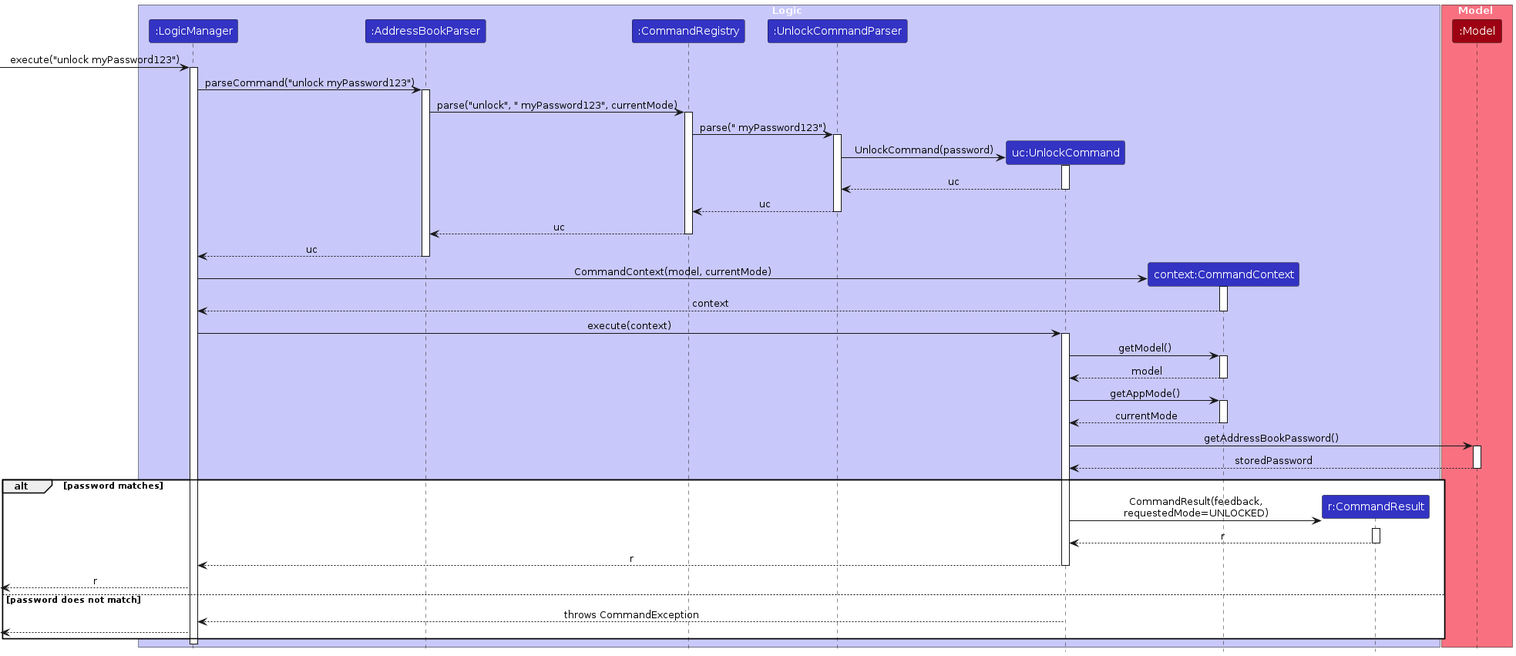
Earlier version of the PlantUML export diagrams/UnlockSequenceDiagram.png (AY2526S2-CS2103T-T15-2/tp). Its source is kept beside it as diagrams/UnlockSequenceDiagram.puml.
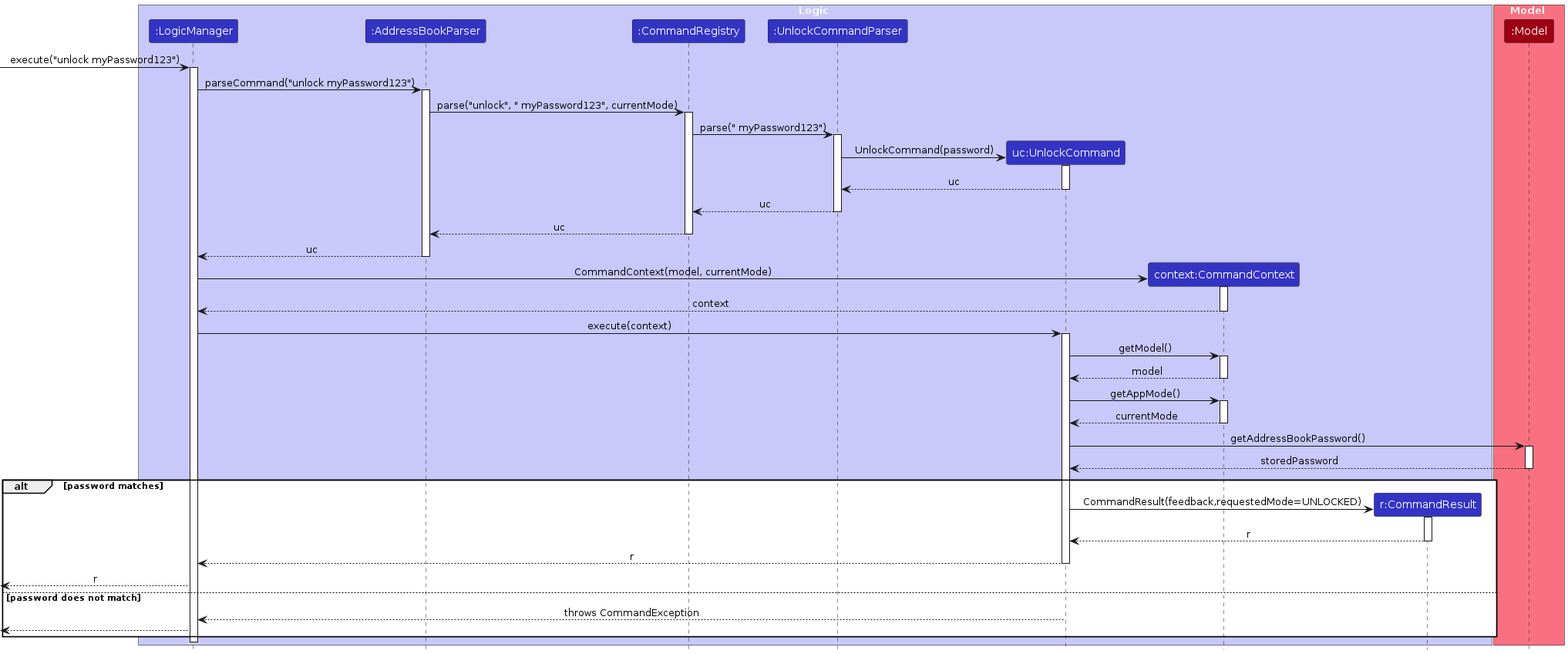
After the change.

Change to the diagram source:
```diff
@@ -69,7 +69,7 @@
 
 alt password matches
     create CommandResult
-    UnlockCommand -> CommandResult ++ : CommandResult(feedback,\nrequestedMode=UNLOCKED)
+    UnlockCommand -> CommandResult ++ : CommandResult(feedback,requestedMode=UNLOCKED)
     CommandResult --> UnlockCommand : r
     deactivate CommandResult
 
```
